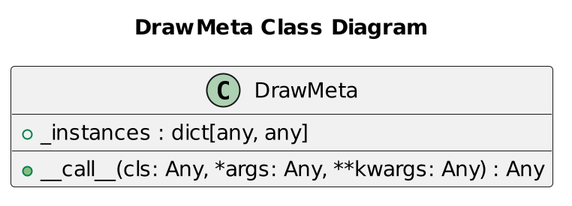
Above: uml/DrawMeta.png in austin-s970/OOP-Connect4 (PlantUML), before the change. Source of this version:
```plantuml
@startuml
scale 2
title "DrawMeta Class Diagram"
class DrawMeta {
    +_instances : dict[any, any]

    +__call__(cls: Any, *args: Any, **kwargs: Any) : Any
}
@enduml
```
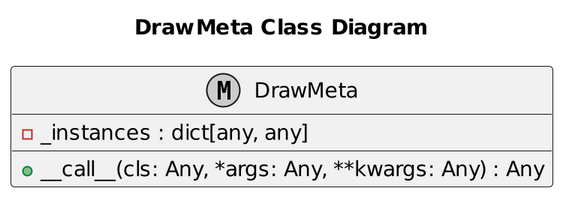
The same diagram one commit later.

Diff of the diagram source:
```diff
@@ -1,8 +1,8 @@
 @startuml
 scale 2
 title "DrawMeta Class Diagram"
-class DrawMeta {
-    +_instances : dict[any, any]
+metaclass DrawMeta {
+    -_instances : dict[any, any]
 
     +__call__(cls: Any, *args: Any, **kwargs: Any) : Any
 }
```
